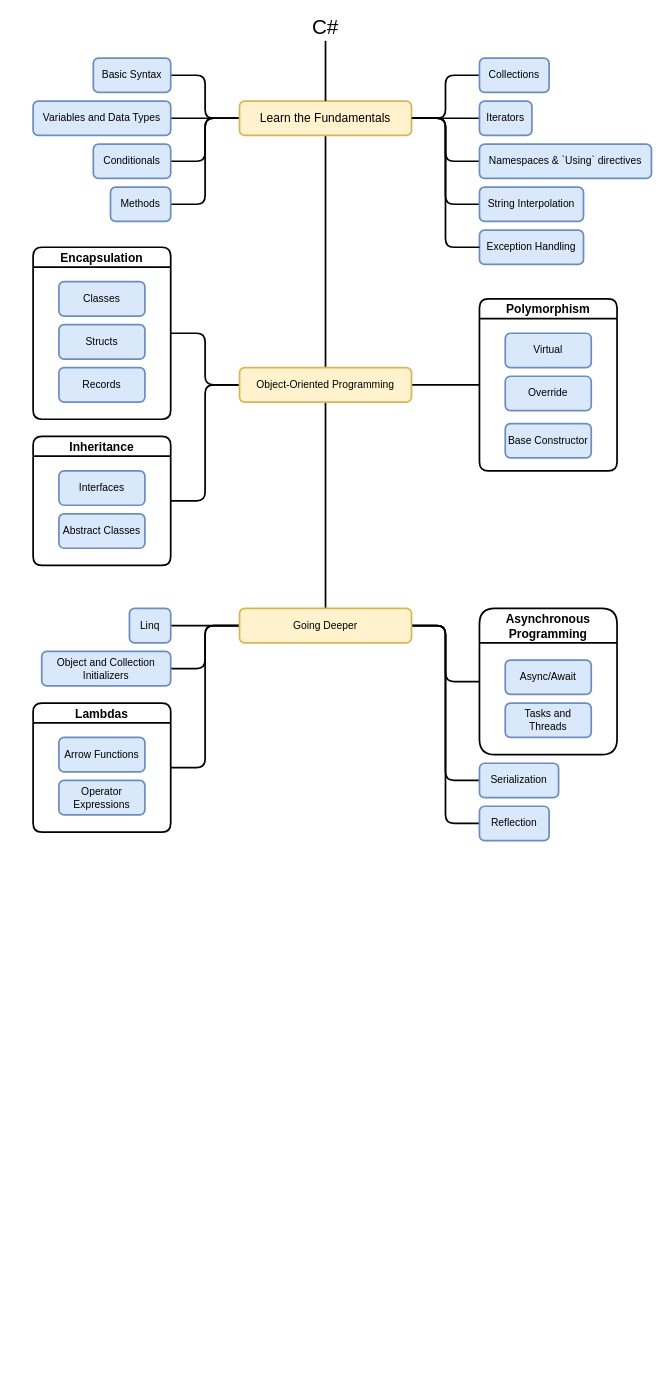
Earlier version of the draw.io diagram dotnet-developer-roadmap.drawio (gridlocdev/csharp-learning-roadmap). Source tidied: cells renumbered, new cells numbered last; positions are measured from the earlier drawing's top-left corner, leaving out a move shared by most shapes. Both pictures are drawn from the tidied source at 86%, with x=0, y=0 at pixel (33, 15).
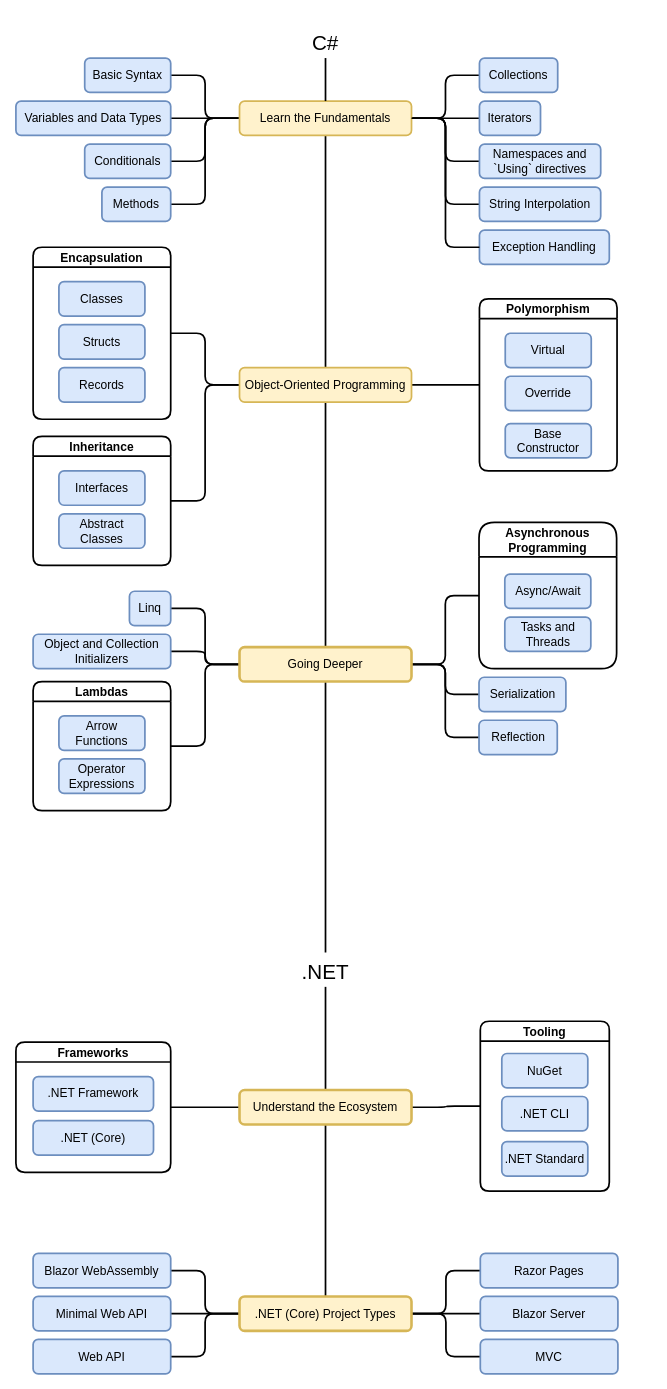
Above is the later version.

The change refers to these unchanged cells:
```xml
<mxCell id="29" value="Encapsulation" style="swimlane;rounded=1;fontSize=14;strokeWidth=2;" parent="1" vertex="1">
  <mxGeometry y="270" width="160" height="200" as="geometry" />
</mxCell>
<mxCell id="33" value="Inheritance" style="swimlane;rounded=1;fontSize=14;strokeWidth=2;" parent="1" vertex="1">
  <mxGeometry y="490" width="160" height="150" as="geometry" />
</mxCell>
<mxCell id="36" value="Polymorphism" style="swimlane;rounded=1;fontSize=14;strokeWidth=2;" parent="1" vertex="1">
  <mxGeometry x="519" y="330" width="160" height="200" as="geometry" />
</mxCell>
```

Diff of the diagram source:
```diff
@@
-    <mxCell id="11" value="&lt;font style=&quot;font-size: 14px&quot;&gt;Learn the Fundamentals&lt;/font&gt;" style="rounded=1;whiteSpace=wrap;html=1;fillColor=#fff2cc;strokeColor=#d6b656;strokeWidth=2;" parent="1" vertex="1">
+    <mxCell id="11" value="&lt;font style=&quot;font-size: 14px;&quot;&gt;Learn the Fundamentals&lt;/font&gt;" style="rounded=1;whiteSpace=wrap;html=1;fillColor=#fff2cc;strokeColor=#d6b656;strokeWidth=2;fontSize=14;" parent="1" vertex="1">
       <mxGeometry x="240" y="100" width="200" height="40" as="geometry" />
     </mxCell>
@@
-    <mxCell id="13" value="&lt;div style=&quot;font-size: 24px;&quot;&gt;&lt;font style=&quot;font-size: 24px;&quot;&gt;C#&lt;/font&gt;&lt;/div&gt;" style="text;html=1;strokeColor=none;fillColor=none;align=center;verticalAlign=middle;whiteSpace=wrap;rounded=0;fontSize=24;" parent="1" vertex="1">
-      <mxGeometry x="310" width="60" height="30" as="geometry" />
+    <mxCell id="13" value="&lt;div style=&quot;font-size: 24px;&quot;&gt;&lt;font style=&quot;font-size: 24px;&quot;&gt;C#&lt;/font&gt;&lt;/div&gt;" style="text;html=1;strokeColor=none;fillColor=none;align=center;verticalAlign=bottom;whiteSpace=wrap;rounded=0;fontSize=24;" parent="1" vertex="1">
+      <mxGeometry x="310" y="10" width="60" height="40" as="geometry" />
     </mxCell>
-    <mxCell id="14" value="&lt;div&gt;Basic Syntax&lt;/div&gt;" style="rounded=1;whiteSpace=wrap;html=1;fillColor=#dae8fc;strokeColor=#6c8ebf;strokeWidth=2;" parent="1" vertex="1">
-      <mxGeometry x="70" y="50" width="90" height="40" as="geometry" />
+    <mxCell id="14" value="&lt;div style=&quot;font-size: 14px;&quot;&gt;Basic Syntax&lt;/div&gt;" style="rounded=1;whiteSpace=wrap;html=1;fillColor=#dae8fc;strokeColor=#6c8ebf;strokeWidth=2;fontSize=14;" parent="1" vertex="1">
+      <mxGeometry x="60" y="50" width="100" height="40" as="geometry" />
     </mxCell>
-    <mxCell id="15" value="Variables and Data Types" style="rounded=1;whiteSpace=wrap;html=1;fillColor=#dae8fc;strokeColor=#6c8ebf;strokeWidth=2;" parent="1" vertex="1">
-      <mxGeometry y="100" width="160" height="40" as="geometry" />
+    <mxCell id="15" value="Variables and Data Types" style="rounded=1;whiteSpace=wrap;html=1;fillColor=#dae8fc;strokeColor=#6c8ebf;strokeWidth=2;fontSize=14;" parent="1" vertex="1">
+      <mxGeometry x="-20" y="100" width="180" height="40" as="geometry" />
     </mxCell>
-    <mxCell id="16" value="&lt;div&gt;Conditionals&lt;/div&gt;" style="rounded=1;whiteSpace=wrap;html=1;fillColor=#dae8fc;strokeColor=#6c8ebf;strokeWidth=2;" parent="1" vertex="1">
-      <mxGeometry x="70" y="150" width="90" height="40" as="geometry" />
+    <mxCell id="16" value="&lt;div style=&quot;font-size: 14px;&quot;&gt;Conditionals&lt;/div&gt;" style="rounded=1;whiteSpace=wrap;html=1;fillColor=#dae8fc;strokeColor=#6c8ebf;strokeWidth=2;fontSize=14;" parent="1" vertex="1">
+      <mxGeometry x="60" y="150" width="100" height="40" as="geometry" />
     </mxCell>
-    <mxCell id="17" value="Methods" style="rounded=1;whiteSpace=wrap;html=1;fillColor=#dae8fc;strokeColor=#6c8ebf;strokeWidth=2;" parent="1" vertex="1">
-      <mxGeometry x="90" y="200" width="70" height="40" as="geometry" />
+    <mxCell id="17" value="Methods" style="rounded=1;whiteSpace=wrap;html=1;fillColor=#dae8fc;strokeColor=#6c8ebf;strokeWidth=2;fontSize=14;" parent="1" vertex="1">
+      <mxGeometry x="80" y="200" width="80" height="40" as="geometry" />
     </mxCell>
-    <mxCell id="18" value="Namespaces &amp;amp; `Using` directives" style="rounded=1;whiteSpace=wrap;html=1;fillColor=#dae8fc;strokeColor=#6c8ebf;strokeWidth=2;" parent="1" vertex="1">
-      <mxGeometry x="519" y="150" width="200" height="40" as="geometry" />
+    <mxCell id="18" value="Namespaces and `Using` directives" style="rounded=1;whiteSpace=wrap;html=1;fillColor=#dae8fc;strokeColor=#6c8ebf;strokeWidth=2;fontSize=14;" parent="1" vertex="1">
+      <mxGeometry x="519" y="150" width="141" height="40" as="geometry" />
     </mxCell>
-    <mxCell id="19" value="&lt;div&gt;Collections&lt;/div&gt;" style="rounded=1;whiteSpace=wrap;html=1;fillColor=#dae8fc;strokeColor=#6c8ebf;strokeWidth=2;" parent="1" vertex="1">
-      <mxGeometry x="519" y="50" width="81" height="40" as="geometry" />
+    <mxCell id="19" value="&lt;div style=&quot;font-size: 14px;&quot;&gt;Collections&lt;/div&gt;" style="rounded=1;whiteSpace=wrap;html=1;fillColor=#dae8fc;strokeColor=#6c8ebf;strokeWidth=2;fontSize=14;" parent="1" vertex="1">
+      <mxGeometry x="519" y="50" width="91" height="40" as="geometry" />
     </mxCell>
-    <mxCell id="20" value="&lt;div&gt;Iterators&lt;/div&gt;" style="rounded=1;whiteSpace=wrap;html=1;fillColor=#dae8fc;strokeColor=#6c8ebf;strokeWidth=2;" parent="1" vertex="1">
-      <mxGeometry x="519" y="100" width="61" height="40" as="geometry" />
+    <mxCell id="20" value="&lt;div style=&quot;font-size: 14px;&quot;&gt;Iterators&lt;/div&gt;" style="rounded=1;whiteSpace=wrap;html=1;fillColor=#dae8fc;strokeColor=#6c8ebf;strokeWidth=2;fontSize=14;" parent="1" vertex="1">
+      <mxGeometry x="519" y="100" width="71" height="40" as="geometry" />
     </mxCell>
-    <mxCell id="21" value="&lt;div&gt;String Interpolation&lt;br&gt;&lt;/div&gt;" style="rounded=1;whiteSpace=wrap;html=1;fillColor=#dae8fc;strokeColor=#6c8ebf;strokeWidth=2;" parent="1" vertex="1">
-      <mxGeometry x="519" y="200" width="121" height="40" as="geometry" />
+    <mxCell id="21" value="&lt;div style=&quot;font-size: 14px;&quot;&gt;String Interpolation&lt;br style=&quot;font-size: 14px;&quot;&gt;&lt;/div&gt;" style="rounded=1;whiteSpace=wrap;html=1;fillColor=#dae8fc;strokeColor=#6c8ebf;strokeWidth=2;fontSize=14;" parent="1" vertex="1">
+      <mxGeometry x="519" y="200" width="141" height="40" as="geometry" />
     </mxCell>
-    <mxCell id="22" value="&lt;div&gt;Exception Handling&lt;br&gt;&lt;/div&gt;" style="rounded=1;whiteSpace=wrap;html=1;fillColor=#dae8fc;strokeColor=#6c8ebf;strokeWidth=2;" parent="1" vertex="1">
-      <mxGeometry x="519" y="250" width="121" height="40" as="geometry" />
+    <mxCell id="22" value="&lt;div style=&quot;font-size: 14px;&quot;&gt;Exception Handling&lt;br style=&quot;font-size: 14px;&quot;&gt;&lt;/div&gt;" style="rounded=1;whiteSpace=wrap;html=1;fillColor=#dae8fc;strokeColor=#6c8ebf;strokeWidth=2;fontSize=14;" parent="1" vertex="1">
+      <mxGeometry x="519" y="250" width="151" height="40" as="geometry" />
     </mxCell>
@@
-    <mxCell id="28" value="&lt;div&gt;Object-Oriented Programming&lt;/div&gt;" style="rounded=1;whiteSpace=wrap;html=1;fillColor=#fff2cc;strokeColor=#d6b656;strokeWidth=2;" parent="1" vertex="1">
+    <mxCell id="28" value="&lt;div style=&quot;font-size: 14px&quot;&gt;&lt;font style=&quot;font-size: 14px&quot;&gt;Object-Oriented Programming&lt;/font&gt;&lt;/div&gt;" style="rounded=1;whiteSpace=wrap;html=1;fillColor=#fff2cc;strokeColor=#d6b656;strokeWidth=2;" parent="1" vertex="1">
       <mxGeometry x="240" y="410" width="200" height="40" as="geometry" />
     </mxCell>
@@
-    <mxCell id="30" value="Classes" style="rounded=1;whiteSpace=wrap;html=1;fillColor=#dae8fc;strokeColor=#6c8ebf;strokeWidth=2;" parent="29" vertex="1">
+    <mxCell id="30" value="Classes" style="rounded=1;whiteSpace=wrap;html=1;fillColor=#dae8fc;strokeColor=#6c8ebf;strokeWidth=2;fontSize=14;" parent="29" vertex="1">
       <mxGeometry x="30" y="40" width="100" height="40" as="geometry" />
     </mxCell>
-    <mxCell id="31" value="Structs" style="rounded=1;whiteSpace=wrap;html=1;fillColor=#dae8fc;strokeColor=#6c8ebf;strokeWidth=2;" parent="29" vertex="1">
+    <mxCell id="31" value="Structs" style="rounded=1;whiteSpace=wrap;html=1;fillColor=#dae8fc;strokeColor=#6c8ebf;strokeWidth=2;fontSize=14;" parent="29" vertex="1">
       <mxGeometry x="30" y="90" width="100" height="40" as="geometry" />
     </mxCell>
-    <mxCell id="32" value="Records" style="rounded=1;whiteSpace=wrap;html=1;fillColor=#dae8fc;strokeColor=#6c8ebf;strokeWidth=2;" parent="29" vertex="1">
+    <mxCell id="32" value="Records" style="rounded=1;whiteSpace=wrap;html=1;fillColor=#dae8fc;strokeColor=#6c8ebf;strokeWidth=2;fontSize=14;" parent="29" vertex="1">
       <mxGeometry x="30" y="140" width="100" height="40" as="geometry" />
     </mxCell>
@@
-    <mxCell id="34" value="Interfaces" style="rounded=1;whiteSpace=wrap;html=1;fillColor=#dae8fc;strokeColor=#6c8ebf;strokeWidth=2;" parent="33" vertex="1">
+    <mxCell id="34" value="Interfaces" style="rounded=1;whiteSpace=wrap;html=1;fillColor=#dae8fc;strokeColor=#6c8ebf;strokeWidth=2;fontSize=14;" parent="33" vertex="1">
       <mxGeometry x="30" y="40" width="100" height="40" as="geometry" />
     </mxCell>
-    <mxCell id="35" value="Abstract Classes" style="rounded=1;whiteSpace=wrap;html=1;fillColor=#dae8fc;strokeColor=#6c8ebf;strokeWidth=2;" parent="33" vertex="1">
+    <mxCell id="35" value="Abstract Classes" style="rounded=1;whiteSpace=wrap;html=1;fillColor=#dae8fc;strokeColor=#6c8ebf;strokeWidth=2;fontSize=14;" parent="33" vertex="1">
       <mxGeometry x="30" y="90" width="100" height="40" as="geometry" />
     </mxCell>
@@
-    <mxCell id="37" value="Virtual" style="rounded=1;whiteSpace=wrap;html=1;fillColor=#dae8fc;strokeColor=#6c8ebf;strokeWidth=2;" parent="36" vertex="1">
+    <mxCell id="37" value="Virtual" style="rounded=1;whiteSpace=wrap;html=1;fillColor=#dae8fc;strokeColor=#6c8ebf;strokeWidth=2;fontSize=14;" parent="36" vertex="1">
       <mxGeometry x="30" y="40" width="100" height="40" as="geometry" />
     </mxCell>
-    <mxCell id="38" value="Override" style="rounded=1;whiteSpace=wrap;html=1;fillColor=#dae8fc;strokeColor=#6c8ebf;strokeWidth=2;" parent="36" vertex="1">
+    <mxCell id="38" value="Override" style="rounded=1;whiteSpace=wrap;html=1;fillColor=#dae8fc;strokeColor=#6c8ebf;strokeWidth=2;fontSize=14;" parent="36" vertex="1">
       <mxGeometry x="30" y="90" width="100" height="40" as="geometry" />
     </mxCell>
-    <mxCell id="39" value="Base Constructor" style="rounded=1;whiteSpace=wrap;html=1;fillColor=#dae8fc;strokeColor=#6c8ebf;strokeWidth=2;" parent="36" vertex="1">
+    <mxCell id="39" value="Base Constructor" style="rounded=1;whiteSpace=wrap;html=1;fillColor=#dae8fc;strokeColor=#6c8ebf;strokeWidth=2;fontSize=14;" parent="36" vertex="1">
       <mxGeometry x="30" y="145" width="100" height="40" as="geometry" />
     </mxCell>
     <mxCell id="40" style="edgeStyle=orthogonalEdgeStyle;rounded=1;jettySize=auto;html=1;exitX=0;exitY=0.5;exitDx=0;exitDy=0;fontSize=24;endArrow=none;endFill=0;strokeWidth=2;" parent="1" edge="1" source="46" target="47">
-      <mxGeometry relative="1" as="geometry" />
+      <mxGeometry relative="1" as="geometry">
+        <Array as="points">
+          <mxPoint x="200" y="755" />
+          <mxPoint x="200" y="690" />
+        </Array>
+      </mxGeometry>
     </mxCell>
@@
-    <mxCell id="42" style="edgeStyle=orthogonalEdgeStyle;rounded=1;jettySize=auto;html=1;exitX=1;exitY=0.5;exitDx=0;exitDy=0;fontSize=24;endArrow=none;endFill=0;strokeWidth=2;" parent="1" edge="1" source="46" target="52">
-      <mxGeometry relative="1" as="geometry" />
-    </mxCell>
@@
+    <mxCell id="57" style="edgeStyle=orthogonalEdgeStyle;rounded=1;jettySize=auto;html=1;exitX=0.5;exitY=1;exitDx=0;exitDy=0;entryX=0.5;entryY=0;entryDx=0;entryDy=0;fontSize=14;endArrow=none;endFill=0;strokeWidth=2;" parent="1" edge="1" source="46" target="59">
+      <mxGeometry relative="1" as="geometry" />
+    </mxCell>
+    <mxCell id="42" style="edgeStyle=orthogonalEdgeStyle;rounded=1;jettySize=auto;html=1;exitX=1;exitY=0.5;exitDx=0;exitDy=0;fontSize=14;endArrow=none;endFill=0;strokeWidth=2;entryX=0;entryY=0.5;entryDx=0;entryDy=0;" parent="1" edge="1" source="46" target="52">
+      <mxGeometry relative="1" as="geometry" />
+    </mxCell>
-    <mxCell id="46" value="Going Deeper" style="rounded=1;whiteSpace=wrap;html=1;fillColor=#fff2cc;strokeColor=#d6b656;strokeWidth=2;" parent="1" vertex="1">
-      <mxGeometry x="240" y="690" width="200" height="40" as="geometry" />
+    <mxCell id="46" value="&lt;font style=&quot;font-size: 14px&quot;&gt;Going Deeper&lt;/font&gt;" style="rounded=1;whiteSpace=wrap;html=1;fillColor=#fff2cc;strokeColor=#d6b656;strokeWidth=3;" parent="1" vertex="1">
+      <mxGeometry x="240" y="735" width="200" height="40" as="geometry" />
     </mxCell>
-    <mxCell id="47" value="Linq" style="rounded=1;whiteSpace=wrap;html=1;fillColor=#dae8fc;strokeColor=#6c8ebf;strokeWidth=2;" parent="1" vertex="1">
-      <mxGeometry x="112" y="690" width="48" height="40" as="geometry" />
+    <mxCell id="47" value="Linq" style="rounded=1;whiteSpace=wrap;html=1;fillColor=#dae8fc;strokeColor=#6c8ebf;strokeWidth=2;fontSize=14;" parent="1" vertex="1">
+      <mxGeometry x="112" y="670" width="48" height="40" as="geometry" />
     </mxCell>
-    <mxCell id="48" value="Object and Collection Initializers" style="rounded=1;whiteSpace=wrap;html=1;fillColor=#dae8fc;strokeColor=#6c8ebf;strokeWidth=2;" parent="1" vertex="1">
-      <mxGeometry x="10" y="740" width="150" height="40" as="geometry" />
+    <mxCell id="48" value="Object and Collection Initializers" style="rounded=1;whiteSpace=wrap;html=1;fillColor=#dae8fc;strokeColor=#6c8ebf;strokeWidth=2;fontSize=14;" parent="1" vertex="1">
+      <mxGeometry y="720" width="160" height="40" as="geometry" />
     </mxCell>
     <mxCell id="49" value="Lambdas" style="swimlane;rounded=1;fontSize=14;strokeWidth=2;" parent="1" vertex="1">
-      <mxGeometry y="800" width="160" height="150" as="geometry" />
+      <mxGeometry y="775" width="160" height="150" as="geometry" />
     </mxCell>
-    <mxCell id="50" value="Operator Expressions" style="rounded=1;whiteSpace=wrap;html=1;fillColor=#dae8fc;strokeColor=#6c8ebf;strokeWidth=2;" parent="49" vertex="1">
+    <mxCell id="50" value="Operator Expressions" style="rounded=1;whiteSpace=wrap;html=1;fillColor=#dae8fc;strokeColor=#6c8ebf;strokeWidth=2;fontSize=14;" parent="49" vertex="1">
       <mxGeometry x="30" y="90" width="100" height="40" as="geometry" />
     </mxCell>
-    <mxCell id="51" value="Arrow Functions" style="rounded=1;whiteSpace=wrap;html=1;fillColor=#dae8fc;strokeColor=#6c8ebf;strokeWidth=2;" parent="49" vertex="1">
+    <mxCell id="51" value="Arrow Functions" style="rounded=1;whiteSpace=wrap;html=1;fillColor=#dae8fc;strokeColor=#6c8ebf;strokeWidth=2;fontSize=14;" parent="49" vertex="1">
       <mxGeometry x="30" y="40" width="100" height="40" as="geometry" />
     </mxCell>
     <mxCell id="52" value="Asynchronous &#10;Programming" style="swimlane;rounded=1;fontSize=14;strokeWidth=2;startSize=40;" parent="1" vertex="1">
-      <mxGeometry x="519" y="690" width="160" height="170" as="geometry" />
+      <mxGeometry x="518.5" y="590" width="160" height="170" as="geometry" />
     </mxCell>
-    <mxCell id="53" value="Tasks and Threads" style="rounded=1;whiteSpace=wrap;html=1;fillColor=#dae8fc;strokeColor=#6c8ebf;strokeWidth=2;" parent="52" vertex="1">
+    <mxCell id="53" value="Tasks and Threads" style="rounded=1;whiteSpace=wrap;html=1;fillColor=#dae8fc;strokeColor=#6c8ebf;strokeWidth=2;fontSize=14;" parent="52" vertex="1">
       <mxGeometry x="30" y="110" width="100" height="40" as="geometry" />
     </mxCell>
-    <mxCell id="54" value="Async/Await" style="rounded=1;whiteSpace=wrap;html=1;fillColor=#dae8fc;strokeColor=#6c8ebf;strokeWidth=2;" parent="52" vertex="1">
+    <mxCell id="54" value="Async/Await" style="rounded=1;whiteSpace=wrap;html=1;fillColor=#dae8fc;strokeColor=#6c8ebf;strokeWidth=2;fontSize=14;" parent="52" vertex="1">
       <mxGeometry x="30" y="60" width="100" height="40" as="geometry" />
     </mxCell>
-    <mxCell id="55" value="Serialization" style="rounded=1;whiteSpace=wrap;html=1;fillColor=#dae8fc;strokeColor=#6c8ebf;strokeWidth=2;" parent="1" vertex="1">
-      <mxGeometry x="519" y="870" width="92" height="40" as="geometry" />
+    <mxCell id="55" value="Serialization" style="rounded=1;whiteSpace=wrap;html=1;fillColor=#dae8fc;strokeColor=#6c8ebf;strokeWidth=2;fontSize=14;" parent="1" vertex="1">
+      <mxGeometry x="518.5" y="770" width="101" height="40" as="geometry" />
     </mxCell>
-    <mxCell id="56" value="Reflection" style="rounded=1;whiteSpace=wrap;html=1;fillColor=#dae8fc;strokeColor=#6c8ebf;strokeWidth=2;" parent="1" vertex="1">
-      <mxGeometry x="519" y="920" width="81" height="40" as="geometry" />
+    <mxCell id="56" value="Reflection" style="rounded=1;whiteSpace=wrap;html=1;fillColor=#dae8fc;strokeColor=#6c8ebf;strokeWidth=2;fontSize=14;" parent="1" vertex="1">
+      <mxGeometry x="518.5" y="820" width="91" height="40" as="geometry" />
     </mxCell>
+    <mxCell id="58" style="edgeStyle=orthogonalEdgeStyle;rounded=1;jettySize=auto;html=1;exitX=0.5;exitY=1;exitDx=0;exitDy=0;entryX=0.5;entryY=0;entryDx=0;entryDy=0;fontSize=14;endArrow=none;endFill=0;strokeWidth=2;" parent="1" edge="1" source="59" target="63">
+      <mxGeometry relative="1" as="geometry" />
+    </mxCell>
+    <mxCell id="59" value="&lt;div&gt;.NET&lt;/div&gt;" style="text;html=1;strokeColor=none;fillColor=none;align=center;verticalAlign=bottom;whiteSpace=wrap;rounded=0;fontSize=24;" parent="1" vertex="1">
+      <mxGeometry x="310" y="1090" width="60" height="40" as="geometry" />
+    </mxCell>
+    <mxCell id="60" style="edgeStyle=orthogonalEdgeStyle;rounded=1;jettySize=auto;html=1;exitX=0;exitY=0.5;exitDx=0;exitDy=0;entryX=1;entryY=0.5;entryDx=0;entryDy=0;fontSize=14;endArrow=none;endFill=0;strokeWidth=2;" parent="1" edge="1" source="63" target="64">
+      <mxGeometry relative="1" as="geometry" />
+    </mxCell>
+    <mxCell id="61" style="edgeStyle=orthogonalEdgeStyle;rounded=1;jettySize=auto;html=1;exitX=1;exitY=0.5;exitDx=0;exitDy=0;fontSize=14;endArrow=none;endFill=0;strokeWidth=2;" parent="1" edge="1" source="63" target="67">
+      <mxGeometry relative="1" as="geometry" />
+    </mxCell>
+    <mxCell id="62" style="edgeStyle=orthogonalEdgeStyle;rounded=1;jettySize=auto;html=1;exitX=0.5;exitY=1;exitDx=0;exitDy=0;fontSize=14;endArrow=none;endFill=0;strokeWidth=2;" parent="1" edge="1" source="63" target="77">
+      <mxGeometry relative="1" as="geometry" />
+    </mxCell>
+    <mxCell id="63" value="Understand the Ecosystem" style="rounded=1;whiteSpace=wrap;html=1;fillColor=#fff2cc;strokeColor=#d6b656;strokeWidth=3;fontSize=14;" parent="1" vertex="1">
+      <mxGeometry x="240" y="1250" width="200" height="40" as="geometry" />
+    </mxCell>
+    <mxCell id="64" value="Frameworks" style="swimlane;rounded=1;fontSize=14;strokeWidth=2;" parent="1" vertex="1">
+      <mxGeometry x="-20" y="1194.4" width="180" height="151.2" as="geometry" />
+    </mxCell>
+    <mxCell id="65" value=".NET Framework" style="rounded=1;whiteSpace=wrap;html=1;fillColor=#dae8fc;strokeColor=#6c8ebf;strokeWidth=2;fontSize=14;" parent="64" vertex="1">
+      <mxGeometry x="20" y="40" width="140" height="40" as="geometry" />
+    </mxCell>
+    <mxCell id="66" value=".NET (Core)" style="rounded=1;whiteSpace=wrap;html=1;fillColor=#dae8fc;strokeColor=#6c8ebf;strokeWidth=2;fontSize=14;" parent="64" vertex="1">
+      <mxGeometry x="20" y="91.2" width="140" height="40" as="geometry" />
+    </mxCell>
+    <mxCell id="67" value="Tooling" style="swimlane;rounded=1;fontSize=14;strokeWidth=2;" parent="1" vertex="1">
+      <mxGeometry x="520" y="1170" width="150" height="197.5" as="geometry" />
+    </mxCell>
+    <mxCell id="68" value="NuGet" style="rounded=1;whiteSpace=wrap;html=1;fillColor=#dae8fc;strokeColor=#6c8ebf;strokeWidth=2;fontSize=14;" parent="67" vertex="1">
+      <mxGeometry x="25" y="37.5" width="100" height="40" as="geometry" />
+    </mxCell>
+    <mxCell id="69" value=".NET CLI" style="rounded=1;whiteSpace=wrap;html=1;fillColor=#dae8fc;strokeColor=#6c8ebf;strokeWidth=2;fontSize=14;" parent="67" vertex="1">
+      <mxGeometry x="25" y="87.5" width="100" height="40" as="geometry" />
+    </mxCell>
+    <mxCell id="70" value=".NET Standard" style="rounded=1;whiteSpace=wrap;html=1;fillColor=#dae8fc;strokeColor=#6c8ebf;strokeWidth=2;fontSize=14;" parent="67" vertex="1">
+      <mxGeometry x="25" y="140" width="100" height="40" as="geometry" />
+    </mxCell>
+    <mxCell id="71" style="edgeStyle=orthogonalEdgeStyle;rounded=1;jettySize=auto;html=1;exitX=0;exitY=0.5;exitDx=0;exitDy=0;entryX=1;entryY=0.5;entryDx=0;entryDy=0;fontSize=14;endArrow=none;endFill=0;strokeWidth=2;" parent="1" edge="1" source="77" target="78">
+      <mxGeometry relative="1" as="geometry" />
+    </mxCell>
+    <mxCell id="72" style="edgeStyle=orthogonalEdgeStyle;rounded=1;jettySize=auto;html=1;exitX=0;exitY=0.5;exitDx=0;exitDy=0;fontSize=14;endArrow=none;endFill=0;strokeWidth=2;" parent="1" edge="1" source="77" target="79">
+      <mxGeometry relative="1" as="geometry" />
+    </mxCell>
+    <mxCell id="73" style="edgeStyle=orthogonalEdgeStyle;rounded=1;jettySize=auto;html=1;exitX=0;exitY=0.5;exitDx=0;exitDy=0;entryX=1;entryY=0.5;entryDx=0;entryDy=0;fontSize=14;endArrow=none;endFill=0;strokeWidth=2;" parent="1" edge="1" source="77" target="80">
+      <mxGeometry relative="1" as="geometry" />
+    </mxCell>
+    <mxCell id="74" style="edgeStyle=orthogonalEdgeStyle;rounded=1;jettySize=auto;html=1;exitX=1;exitY=0.5;exitDx=0;exitDy=0;entryX=0;entryY=0.5;entryDx=0;entryDy=0;fontSize=14;endArrow=none;endFill=0;strokeWidth=2;" parent="1" edge="1" source="77" target="81">
+      <mxGeometry relative="1" as="geometry" />
+    </mxCell>
+    <mxCell id="75" style="edgeStyle=orthogonalEdgeStyle;rounded=1;jettySize=auto;html=1;exitX=1;exitY=0.5;exitDx=0;exitDy=0;entryX=0;entryY=0.5;entryDx=0;entryDy=0;fontSize=14;endArrow=none;endFill=0;strokeWidth=2;" parent="1" edge="1" source="77" target="82">
+      <mxGeometry relative="1" as="geometry" />
+    </mxCell>
+    <mxCell id="76" style="edgeStyle=orthogonalEdgeStyle;rounded=1;jettySize=auto;html=1;exitX=1;exitY=0.5;exitDx=0;exitDy=0;entryX=0;entryY=0.5;entryDx=0;entryDy=0;fontSize=14;endArrow=none;endFill=0;strokeWidth=2;" parent="1" edge="1" source="77" target="83">
+      <mxGeometry relative="1" as="geometry" />
+    </mxCell>
+    <mxCell id="77" value=".NET (Core) Project Types" style="rounded=1;whiteSpace=wrap;html=1;fillColor=#fff2cc;strokeColor=#d6b656;strokeWidth=3;fontSize=14;" parent="1" vertex="1">
+      <mxGeometry x="240" y="1490" width="200" height="40" as="geometry" />
+    </mxCell>
+    <mxCell id="78" value="Blazor WebAssembly" style="rounded=1;whiteSpace=wrap;html=1;fillColor=#dae8fc;strokeColor=#6c8ebf;strokeWidth=2;fontSize=14;" parent="1" vertex="1">
+      <mxGeometry y="1440" width="160" height="40" as="geometry" />
+    </mxCell>
+    <mxCell id="79" value="Minimal Web API" style="rounded=1;whiteSpace=wrap;html=1;fillColor=#dae8fc;strokeColor=#6c8ebf;strokeWidth=2;fontSize=14;verticalAlign=middle;" parent="1" vertex="1">
+      <mxGeometry y="1490" width="160" height="40" as="geometry" />
+    </mxCell>
+    <mxCell id="80" value="Web API" style="rounded=1;whiteSpace=wrap;html=1;fillColor=#dae8fc;strokeColor=#6c8ebf;strokeWidth=2;fontSize=14;verticalAlign=middle;" parent="1" vertex="1">
+      <mxGeometry y="1540" width="160" height="40" as="geometry" />
+    </mxCell>
+    <mxCell id="81" value="Razor Pages" style="rounded=1;whiteSpace=wrap;html=1;fillColor=#dae8fc;strokeColor=#6c8ebf;strokeWidth=2;fontSize=14;verticalAlign=middle;" parent="1" vertex="1">
+      <mxGeometry x="520" y="1440" width="160" height="40" as="geometry" />
+    </mxCell>
+    <mxCell id="82" value="Blazor Server" style="rounded=1;whiteSpace=wrap;html=1;fillColor=#dae8fc;strokeColor=#6c8ebf;strokeWidth=2;fontSize=14;verticalAlign=middle;" parent="1" vertex="1">
+      <mxGeometry x="520" y="1490" width="160" height="40" as="geometry" />
+    </mxCell>
+    <mxCell id="83" value="MVC" style="rounded=1;whiteSpace=wrap;html=1;fillColor=#dae8fc;strokeColor=#6c8ebf;strokeWidth=2;fontSize=14;verticalAlign=middle;" parent="1" vertex="1">
+      <mxGeometry x="520" y="1540" width="160" height="40" as="geometry" />
+    </mxCell>
```
